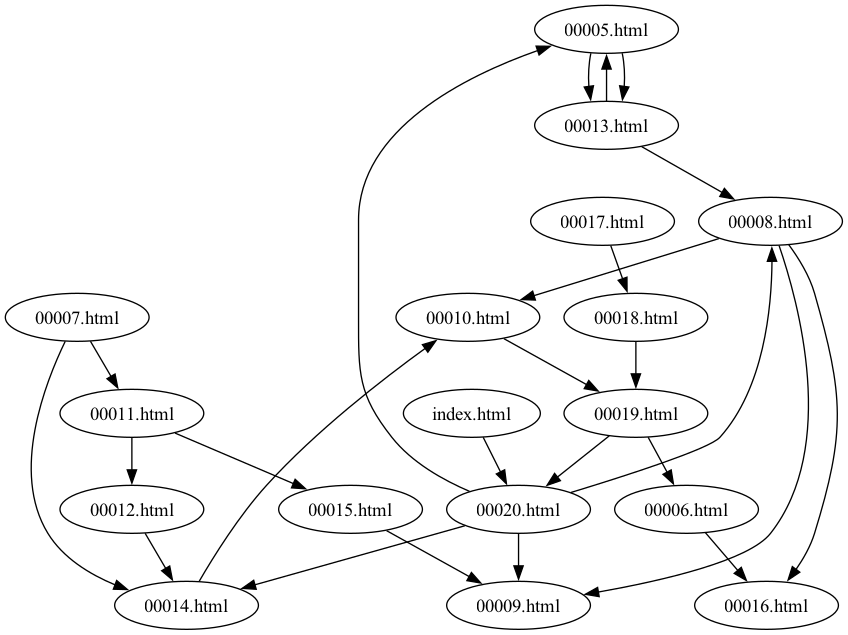
This is zine_graph.png from kvnchpl/jungle, a Graphviz export, as it was before one commit. Its source is kept beside it as zine_graph.dot.
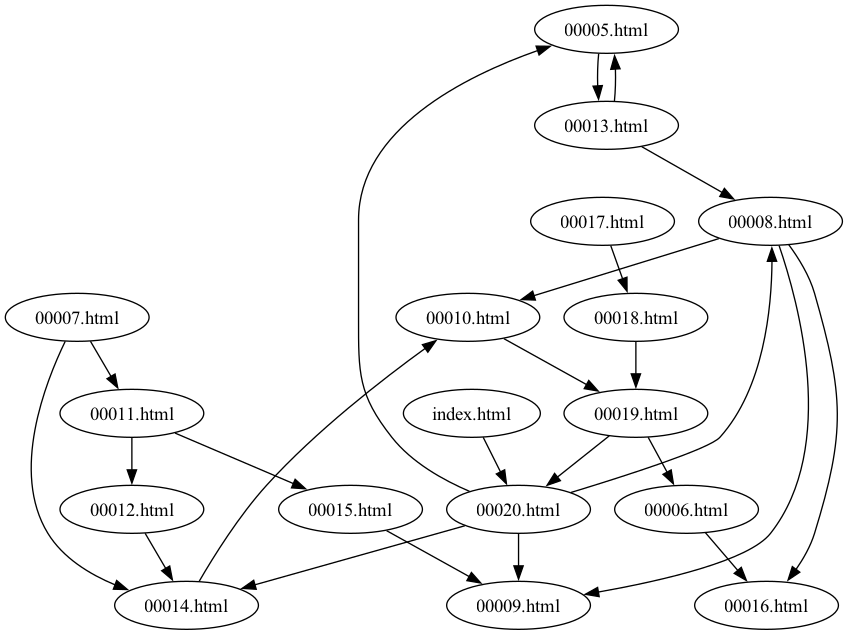
Later version of the same file.

What changed in the source:
```diff
@@ -34,7 +34,6 @@
     "00013.html" -> "00005.html";
     "00013.html" -> "00008.html";
     "00005.html" -> "00013.html";
-    "00005.html" -> "00013.html";
     "00018.html" -> "00019.html";
     "00014.html" -> "00010.html";
     "00015.html" -> "00009.html";
```
